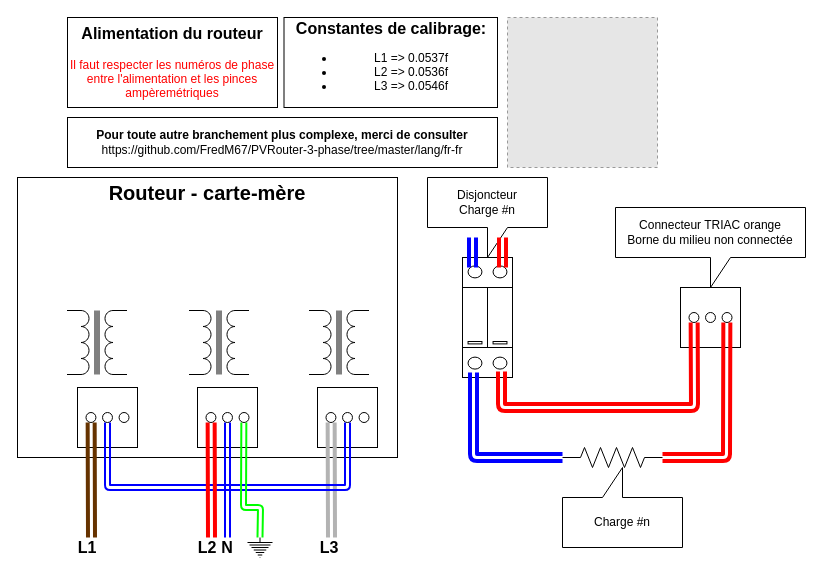
This is docs/HowToInstall.drawio from FredM67/PVRouter-3-phase, a draw.io file, before an edit. Source tidied: cells renumbered, new cells numbered last; positions are measured from the earlier drawing's top-left corner, leaving out a move shared by most shapes. Both pictures are drawn from the tidied source at 100%, with x=0, y=0 at pixel (17, 17). Pictures stored in the file or linked from it are replaced by grey dashed boxes.
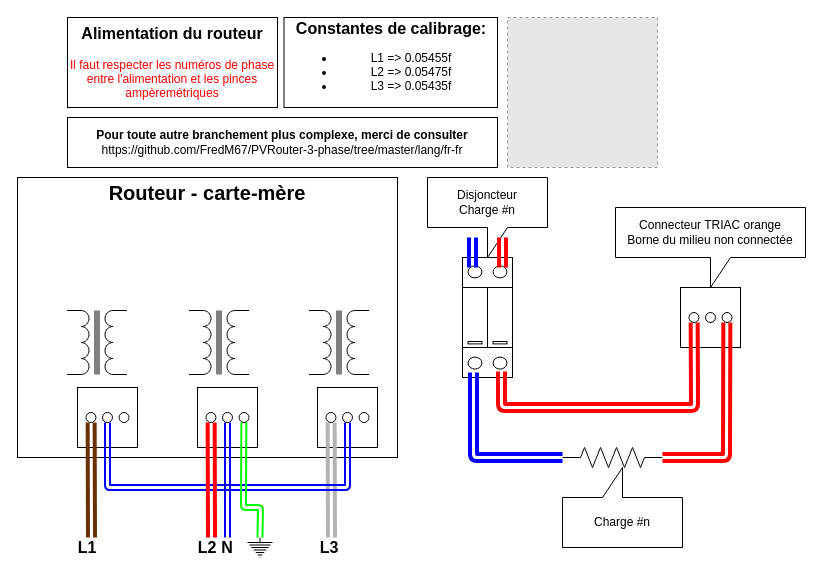
The same diagram, later.

Diff of the diagram source:
```diff
@@
-    <mxCell id="2" value="&lt;b&gt;&lt;font style=&quot;font-size: 16px&quot;&gt;Constantes de calibrage:&lt;/font&gt;&lt;/b&gt;&lt;br&gt;&lt;ul&gt;&lt;li&gt;&lt;span&gt;L1 =&amp;gt; 0.0537f&lt;/span&gt;&lt;/li&gt;&lt;li&gt;L2 =&amp;gt; 0.0536f&lt;/li&gt;&lt;li&gt;L3 =&amp;gt; 0.0546f&lt;/li&gt;&lt;/ul&gt;" style="rounded=0;whiteSpace=wrap;html=1;" parent="1" vertex="1">
+    <mxCell id="2" value="&lt;b&gt;&lt;font style=&quot;font-size: 16px&quot;&gt;Constantes de calibrage:&lt;/font&gt;&lt;/b&gt;&lt;br&gt;&lt;ul&gt;&lt;li&gt;&lt;span&gt;L1 =&amp;gt; 0.&lt;/span&gt;05455f&lt;/li&gt;&lt;li&gt;L2 =&amp;gt; 0.05475f&lt;/li&gt;&lt;li&gt;L3 =&amp;gt; 0.05435f&lt;br&gt;&lt;/li&gt;&lt;/ul&gt;" style="rounded=0;whiteSpace=wrap;html=1;" parent="1" vertex="1">
       <mxGeometry x="266.5" width="213.5" height="90" as="geometry" />
     </mxCell>
```
